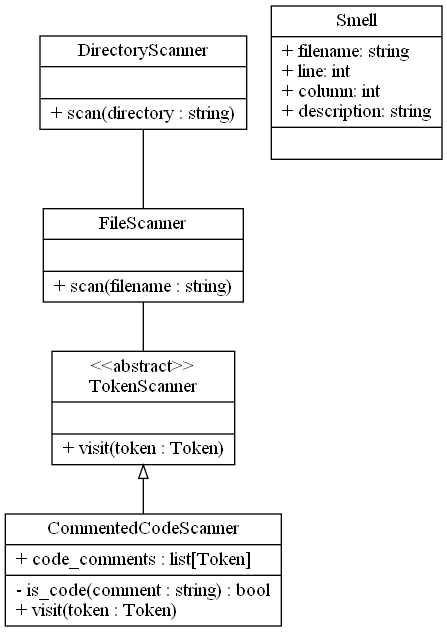
Earlier version of the Graphviz export documentation/uml.png (actions-marketplace-validations/manele-se_code-smell-tool). Its source is kept beside it as documentation/uml.dot.
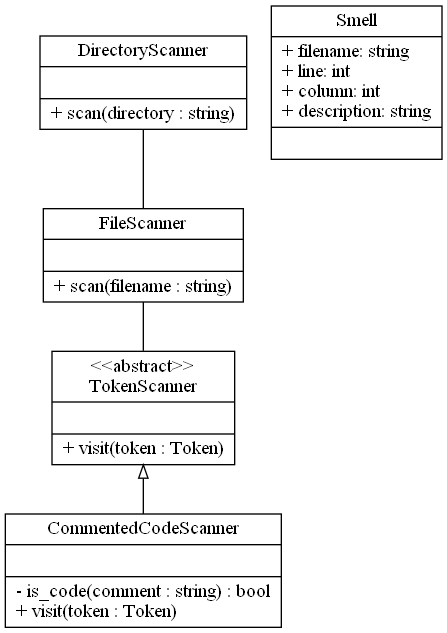
After the commit.

Change to the diagram source:
```diff
@@ -14,7 +14,7 @@
   ];
 
   comments_scan [
-    label="{CommentedCodeScanner|+ code_comments : list[Token]\l|- is_code(comment : string) : bool\l+ visit(token : Token)\l}"
+    label="{CommentedCodeScanner|\n|- is_code(comment : string) : bool\l+ visit(token : Token)\l}"
   ]
 
   smell [
```
